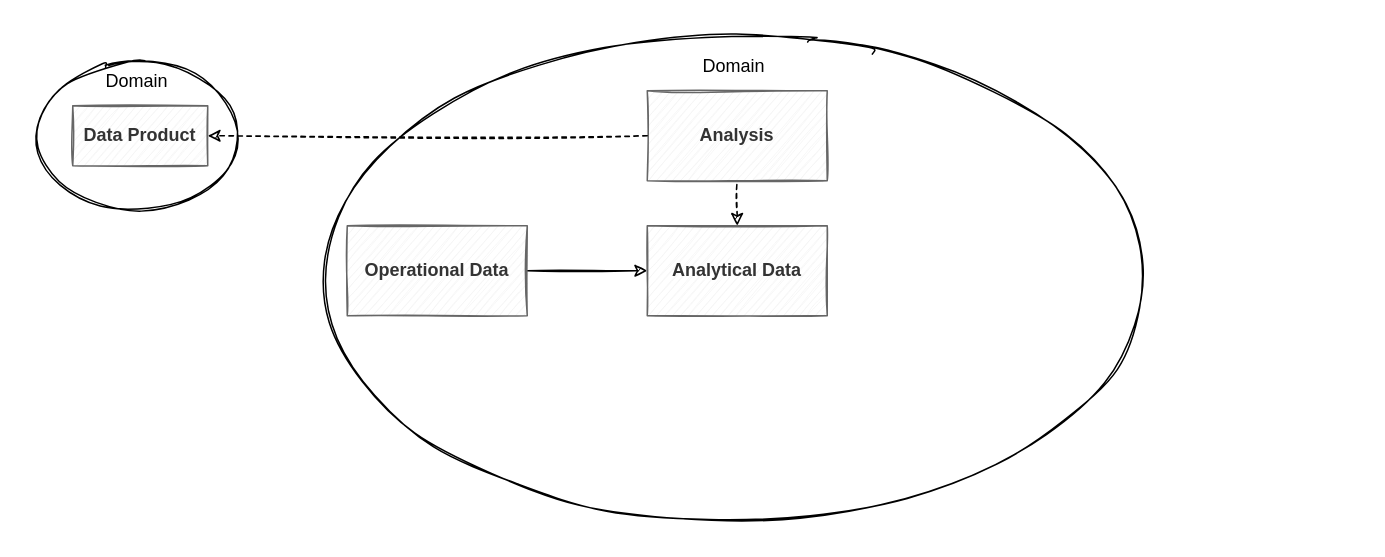
Above: diagrams/domainteamjourney_level3.drawio in datamesh-architecture/datamesh-architecture.com (draw.io), before the change. Source tidied: cells renumbered, new cells numbered last; positions are measured from the earlier drawing's top-left corner, leaving out a move shared by most shapes. Both pictures are drawn from the tidied source at 150%, with x=0, y=0 at pixel (26, 26).
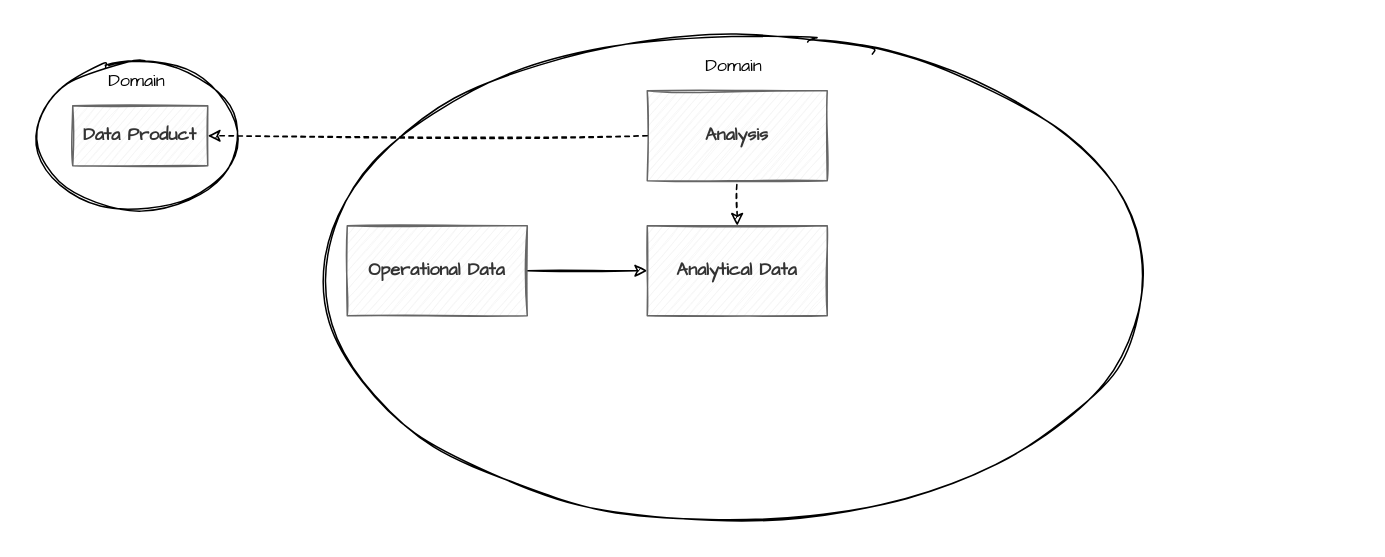
Above is the later version.

The edit, as a diff of the source:
```diff
@@
 <mxGraphModel>
   <root>
     <mxCell id="0" />
     <mxCell id="1" parent="0" />
-    <mxCell id="2" style="rounded=0;whiteSpace=wrap;html=1;fillColor=none;strokeColor=none;sketch=1;" parent="1" vertex="1">
+    <mxCell id="2" style="rounded=0;whiteSpace=wrap;html=1;fillColor=none;strokeColor=none;sketch=1;fontFamily=Architects Daughter;" parent="1" vertex="1">
       <mxGeometry width="889" height="337" as="geometry" />
     </mxCell>
-    <mxCell id="3" value="Domain" style="ellipse;whiteSpace=wrap;html=1;verticalAlign=top;sketch=1;" parent="1" vertex="1">
+    <mxCell id="3" value="Domain" style="ellipse;whiteSpace=wrap;html=1;verticalAlign=top;sketch=1;fontFamily=Architects Daughter;" parent="1" vertex="1">
       <mxGeometry x="184" y="13" width="575.5" height="310" as="geometry" />
     </mxCell>
-    <mxCell id="4" style="edgeStyle=orthogonalEdgeStyle;rounded=0;jettySize=auto;html=1;startArrow=classic;startFill=1;endArrow=none;endFill=0;exitX=0;exitY=0.5;exitDx=0;exitDy=0;sketch=1;" parent="1" edge="1" source="8" target="5">
+    <mxCell id="4" style="edgeStyle=orthogonalEdgeStyle;rounded=0;jettySize=auto;html=1;startArrow=classic;startFill=1;endArrow=none;endFill=0;exitX=0;exitY=0.5;exitDx=0;exitDy=0;sketch=1;fontFamily=Architects Daughter;" parent="1" edge="1" source="8" target="5">
       <mxGeometry relative="1" as="geometry" />
     </mxCell>
-    <mxCell id="5" value="Operational Data" style="rounded=0;whiteSpace=wrap;html=1;fillColor=#f5f5f5;fontColor=#333333;strokeColor=#666666;fontStyle=1;sketch=1;" parent="1" vertex="1">
+    <mxCell id="5" value="Operational Data" style="rounded=0;whiteSpace=wrap;html=1;fillColor=#f5f5f5;fontColor=#333333;strokeColor=#666666;fontStyle=1;sketch=1;fontFamily=Architects Daughter;" parent="1" vertex="1">
       <mxGeometry x="214" y="133" width="120" height="60" as="geometry" />
     </mxCell>
-    <mxCell id="6" value="Analysis" style="rounded=0;whiteSpace=wrap;html=1;fillColor=#f5f5f5;fontColor=#333333;strokeColor=#666666;fontStyle=1;sketch=1;" parent="1" vertex="1">
+    <mxCell id="6" value="Analysis" style="rounded=0;whiteSpace=wrap;html=1;fillColor=#f5f5f5;fontColor=#333333;strokeColor=#666666;fontStyle=1;sketch=1;fontFamily=Architects Daughter;" parent="1" vertex="1">
       <mxGeometry x="414" y="43" width="120" height="60" as="geometry" />
     </mxCell>
-    <mxCell id="7" style="rounded=0;jettySize=auto;html=1;exitX=0.5;exitY=0;exitDx=0;exitDy=0;startArrow=classic;startFill=1;endArrow=none;endFill=0;dashed=1;sketch=1;" parent="1" edge="1" source="8" target="6">
+    <mxCell id="7" style="rounded=0;jettySize=auto;html=1;exitX=0.5;exitY=0;exitDx=0;exitDy=0;startArrow=classic;startFill=1;endArrow=none;endFill=0;dashed=1;sketch=1;fontFamily=Architects Daughter;" parent="1" edge="1" source="8" target="6">
       <mxGeometry relative="1" as="geometry" />
     </mxCell>
-    <mxCell id="8" value="Analytical Data" style="rounded=0;whiteSpace=wrap;html=1;fillColor=#f5f5f5;fontColor=#333333;strokeColor=#666666;fontStyle=1;sketch=1;" parent="1" vertex="1">
+    <mxCell id="8" value="Analytical Data" style="rounded=0;whiteSpace=wrap;html=1;fillColor=#f5f5f5;fontColor=#333333;strokeColor=#666666;fontStyle=1;sketch=1;fontFamily=Architects Daughter;" parent="1" vertex="1">
       <mxGeometry x="414" y="133" width="120" height="60" as="geometry" />
     </mxCell>
-    <mxCell id="9" value="Domain" style="ellipse;whiteSpace=wrap;html=1;verticalAlign=top;sketch=1;" parent="1" vertex="1">
+    <mxCell id="9" value="Domain" style="ellipse;whiteSpace=wrap;html=1;verticalAlign=top;sketch=1;fontFamily=Architects Daughter;" parent="1" vertex="1">
       <mxGeometry x="4" y="23" width="140" height="100" as="geometry" />
     </mxCell>
-    <mxCell id="10" value="Data Product" style="rounded=0;whiteSpace=wrap;html=1;fillColor=#f5f5f5;fontColor=#333333;strokeColor=#666666;fontStyle=1;sketch=1;" parent="1" vertex="1">
+    <mxCell id="10" value="Data Product" style="rounded=0;whiteSpace=wrap;html=1;fillColor=#f5f5f5;fontColor=#333333;strokeColor=#666666;fontStyle=1;sketch=1;fontFamily=Architects Daughter;" parent="1" vertex="1">
       <mxGeometry x="31" y="53" width="90" height="40" as="geometry" />
     </mxCell>
-    <mxCell id="11" style="rounded=0;jettySize=auto;html=1;startArrow=none;startFill=0;endArrow=classic;endFill=1;exitX=0;exitY=0.5;exitDx=0;exitDy=0;entryX=1;entryY=0.5;entryDx=0;entryDy=0;dashed=1;sketch=1;" parent="1" edge="1" source="6" target="10">
+    <mxCell id="11" style="rounded=0;jettySize=auto;html=1;startArrow=none;startFill=0;endArrow=classic;endFill=1;exitX=0;exitY=0.5;exitDx=0;exitDy=0;entryX=1;entryY=0.5;entryDx=0;entryDy=0;dashed=1;sketch=1;fontFamily=Architects Daughter;" parent="1" edge="1" source="6" target="10">
       <mxGeometry relative="1" as="geometry" />
     </mxCell>
   </root>
 </mxGraphModel>
```
